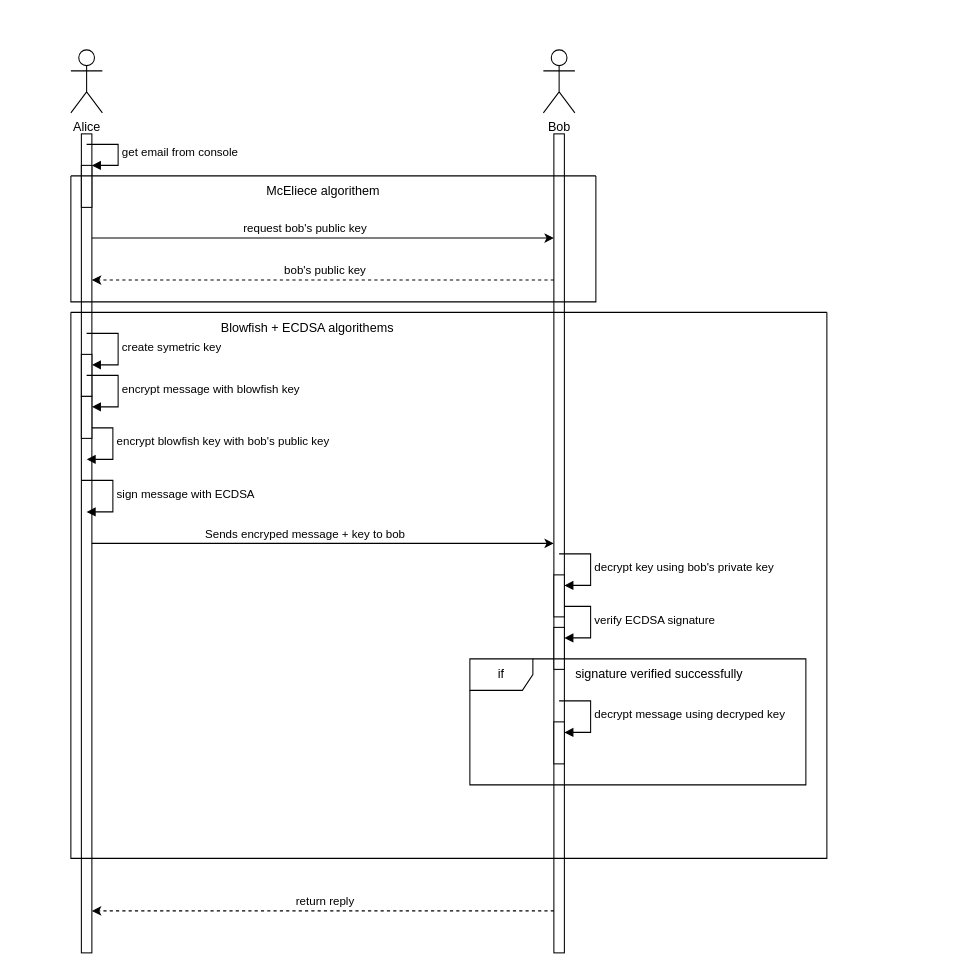
Above: seqDiagram.drawio in ShlomiFridman/CryptoProject2025 (draw.io), before the change. Source tidied: cells renumbered, new cells numbered last; positions are measured from the earlier drawing's top-left corner, leaving out a move shared by most shapes. Both pictures are drawn from the tidied source at 105%, with x=0, y=0 at pixel (70, 49).
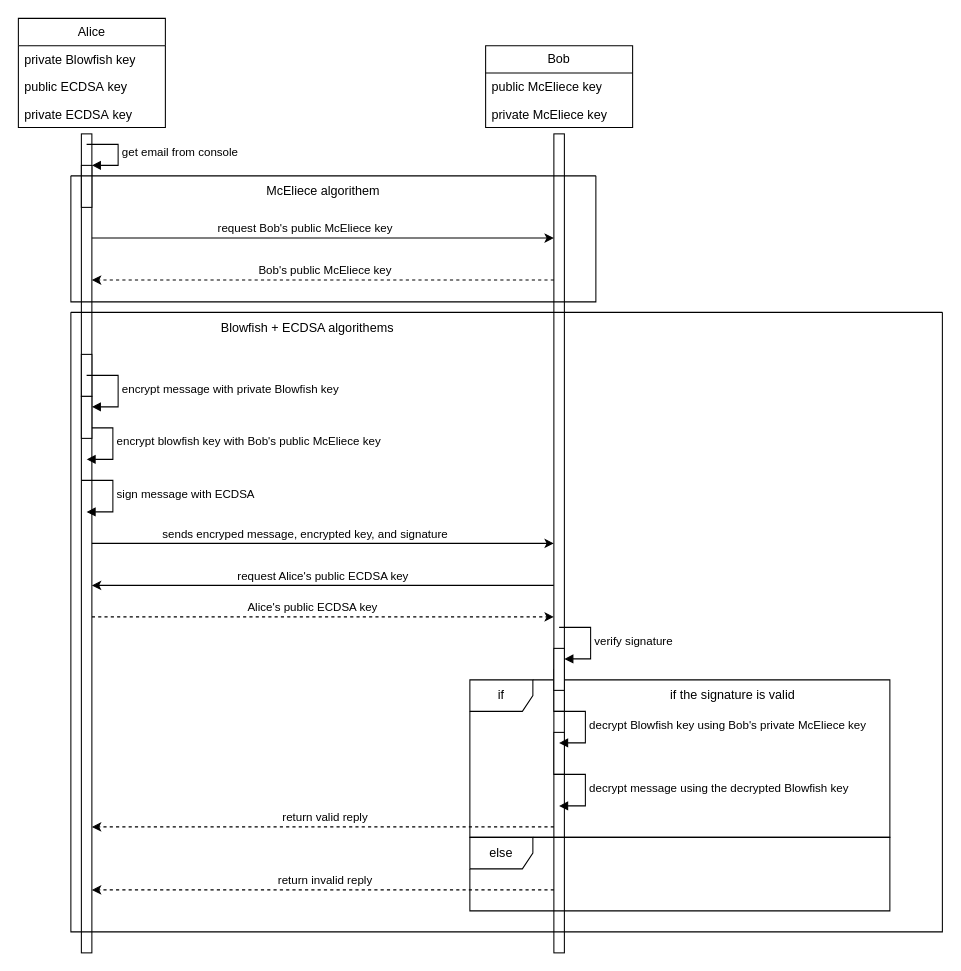
After the change.

Commit message (it also covers changes not shown here):
added updated seqDiagram, and presentation

Unchanged cells that the change refers to:
```xml
<mxCell id="4" style="html=1;points=[[0,0,0,0,5],[0,1,0,0,-5],[1,0,0,0,5],[1,1,0,0,-5]];perimeter=orthogonalPerimeter;outlineConnect=0;targetShapes=umlLifeline;portConstraint=eastwest;newEdgeStyle={&quot;curved&quot;:0,&quot;rounded&quot;:0};" parent="1" vertex="1">
  <mxGeometry x="10" y="80" width="10" height="780" as="geometry" />
</mxCell>
<mxCell id="5" style="html=1;points=[[0,0,0,0,5],[0,1,0,0,-5],[1,0,0,0,5],[1,1,0,0,-5]];perimeter=orthogonalPerimeter;outlineConnect=0;targetShapes=umlLifeline;portConstraint=eastwest;newEdgeStyle={&quot;curved&quot;:0,&quot;rounded&quot;:0};" parent="1" vertex="1">
  <mxGeometry x="460" y="80" width="10" height="780" as="geometry" />
</mxCell>
<mxCell id="8" style="html=1;points=[[0,0,0,0,5],[0,1,0,0,-5],[1,0,0,0,5],[1,1,0,0,-5]];perimeter=orthogonalPerimeter;outlineConnect=0;targetShapes=umlLifeline;portConstraint=eastwest;newEdgeStyle={&quot;curved&quot;:0,&quot;rounded&quot;:0};" parent="1" vertex="1">
  <mxGeometry x="10" y="290" width="10" height="40" as="geometry" />
</mxCell>
<mxCell id="11" style="edgeStyle=orthogonalEdgeStyle;rounded=0;orthogonalLoop=1;jettySize=auto;html=1;curved=0;" parent="10" edge="1">
  <mxGeometry relative="1" as="geometry">
    <mxPoint x="20" y="59.2" as="sourcePoint" />
    <mxPoint x="460" y="59.2" as="targetPoint" />
  </mxGeometry>
</mxCell>
<mxCell id="13" style="edgeStyle=orthogonalEdgeStyle;rounded=0;orthogonalLoop=1;jettySize=auto;html=1;curved=0;dashed=1;" parent="10" edge="1">
  <mxGeometry relative="1" as="geometry">
    <mxPoint x="460" y="99.2" as="sourcePoint" />
    <mxPoint x="20" y="99.2" as="targetPoint" />
  </mxGeometry>
</mxCell>
<mxCell id="20" style="edgeStyle=orthogonalEdgeStyle;rounded=0;orthogonalLoop=1;jettySize=auto;html=1;curved=0;" parent="16" edge="1">
  <mxGeometry relative="1" as="geometry">
    <mxPoint x="20" y="220" as="sourcePoint" />
    <mxPoint x="460" y="220" as="targetPoint" />
  </mxGeometry>
</mxCell>
<mxCell id="25" style="html=1;points=[[0,0,0,0,5],[0,1,0,0,-5],[1,0,0,0,5],[1,1,0,0,-5]];perimeter=orthogonalPerimeter;outlineConnect=0;targetShapes=umlLifeline;portConstraint=eastwest;newEdgeStyle={&quot;curved&quot;:0,&quot;rounded&quot;:0};" parent="1" vertex="1">
  <mxGeometry x="10" y="330" width="10" height="40" as="geometry" />
</mxCell>
```

Diff of the diagram source:
```diff
@@
-    <mxCell id="2" value="Alice" style="shape=umlActor;verticalLabelPosition=bottom;verticalAlign=top;html=1;" parent="1" vertex="1">
-      <mxGeometry width="30" height="60" as="geometry" />
-    </mxCell>
-    <mxCell id="3" value="Bob" style="shape=umlActor;verticalLabelPosition=bottom;verticalAlign=top;html=1;" parent="1" vertex="1">
-      <mxGeometry x="450" width="30" height="60" as="geometry" />
-    </mxCell>
+    <mxCell id="34" style="edgeStyle=orthogonalEdgeStyle;rounded=0;jettySize=auto;html=1;curved=0;dashed=1;" parent="1" edge="1" source="4" target="5">
+      <mxGeometry relative="1" as="geometry">
+        <Array as="points">
+          <mxPoint x="240" y="540" />
+          <mxPoint x="240" y="540" />
+        </Array>
+      </mxGeometry>
+    </mxCell>
+    <mxCell id="35" value="Alice's public ECDSA key" style="edgeLabel;html=1;align=center;verticalAlign=middle;" parent="34" vertex="1">
+      <mxGeometry x="-0.09" y="2" relative="1" as="geometry">
+        <mxPoint x="9" y="-8" as="offset" />
+      </mxGeometry>
+    </mxCell>
@@
+    <mxCell id="36" style="edgeStyle=orthogonalEdgeStyle;rounded=0;jettySize=auto;html=1;curved=0;" parent="1" edge="1" source="5" target="4">
+      <mxGeometry relative="1" as="geometry">
+        <Array as="points">
+          <mxPoint x="240" y="510" />
+          <mxPoint x="240" y="510" />
+        </Array>
+      </mxGeometry>
+    </mxCell>
+    <mxCell id="37" value="request Alice's public ECDSA key" style="edgeLabel;html=1;align=center;verticalAlign=middle;" parent="36" vertex="1">
+      <mxGeometry x="0.11" y="1" relative="1" as="geometry">
+        <mxPoint x="23" y="-11" as="offset" />
+      </mxGeometry>
+    </mxCell>
@@
-    <mxCell id="9" value="create symetric key" style="html=1;align=left;spacingLeft=2;endArrow=block;rounded=0;edgeStyle=orthogonalEdgeStyle;curved=0;rounded=0;" parent="1" edge="1" target="8">
-      <mxGeometry relative="1" as="geometry">
-        <mxPoint x="15" y="270" as="sourcePoint" />
-        <Array as="points">
-          <mxPoint x="45" y="300" />
-        </Array>
-      </mxGeometry>
-    </mxCell>
@@
-    <mxCell id="12" value="request bob's public key" style="edgeLabel;html=1;align=center;verticalAlign=middle;" parent="11" vertex="1">
+    <mxCell id="12" value="request Bob's public&amp;nbsp;&lt;span style=&quot;text-align: left;&quot;&gt;McEliece&amp;nbsp;&lt;/span&gt;key" style="edgeLabel;html=1;align=center;verticalAlign=middle;" parent="11" vertex="1">
       <mxGeometry x="-0.08" y="-3" relative="1" as="geometry">
         <mxPoint y="-13" as="offset" />
       </mxGeometry>
     </mxCell>
@@
-    <mxCell id="14" value="bob's public key" style="edgeLabel;html=1;align=center;verticalAlign=middle;" parent="13" vertex="1">
+    <mxCell id="14" value="Bob's public&amp;nbsp;&lt;span style=&quot;text-align: left;&quot;&gt;McEliece&amp;nbsp;&lt;/span&gt;key" style="edgeLabel;html=1;align=center;verticalAlign=middle;" parent="13" vertex="1">
       <mxGeometry x="-0.2" y="-2" relative="1" as="geometry">
         <mxPoint x="-43" y="-8" as="offset" />
       </mxGeometry>
     </mxCell>
@@
     <mxCell id="16" style="swimlane;startSize=0;" parent="1" vertex="1">
-      <mxGeometry y="250" width="720" height="520" as="geometry" />
+      <mxGeometry y="250" width="830" height="590" as="geometry" />
     </mxCell>
@@
-    <mxCell id="18" value="encrypt blowfish key with bob's public key" style="html=1;align=left;spacingLeft=2;endArrow=block;rounded=0;edgeStyle=orthogonalEdgeStyle;curved=0;rounded=0;" parent="16" edge="1">
+    <mxCell id="18" value="encrypt blowfish key with Bob's public McEliece key" style="html=1;align=left;spacingLeft=2;endArrow=block;rounded=0;edgeStyle=orthogonalEdgeStyle;curved=0;rounded=0;" parent="16" edge="1">
       <mxGeometry relative="1" as="geometry">
         <mxPoint x="10" y="110" as="sourcePoint" />
         <mxPoint x="15" y="140" as="targetPoint" />
         <Array as="points">
           <mxPoint x="40" y="140" />
         </Array>
       </mxGeometry>
     </mxCell>
@@
-    <mxCell id="21" value="Sends encryped message + key to bob" style="edgeLabel;html=1;align=center;verticalAlign=middle;" parent="20" vertex="1">
+    <mxCell id="21" value="sends encryped message, encrypted key, and signature" style="edgeLabel;html=1;align=center;verticalAlign=middle;" parent="20" vertex="1">
       <mxGeometry x="-0.08" y="-3" relative="1" as="geometry">
         <mxPoint y="-13" as="offset" />
       </mxGeometry>
     </mxCell>
-    <mxCell id="22" style="html=1;points=[[0,0,0,0,5],[0,1,0,0,-5],[1,0,0,0,5],[1,1,0,0,-5]];perimeter=orthogonalPerimeter;outlineConnect=0;targetShapes=umlLifeline;portConstraint=eastwest;newEdgeStyle={&quot;curved&quot;:0,&quot;rounded&quot;:0};" parent="16" vertex="1">
-      <mxGeometry x="460" y="300" width="10" height="40" as="geometry" />
-    </mxCell>
-    <mxCell id="23" value="verify ECDSA signature" style="html=1;align=left;spacingLeft=2;endArrow=block;rounded=0;edgeStyle=orthogonalEdgeStyle;curved=0;rounded=0;" parent="16" edge="1" target="22">
-      <mxGeometry relative="1" as="geometry">
-        <mxPoint x="465" y="280" as="sourcePoint" />
-        <Array as="points">
-          <mxPoint x="495" y="310" />
-        </Array>
-      </mxGeometry>
-    </mxCell>
     <mxCell id="24" value="if" style="shape=umlFrame;whiteSpace=wrap;html=1;" parent="16" vertex="1">
-      <mxGeometry x="380" y="330" width="320" height="120" as="geometry" />
+      <mxGeometry x="380" y="350" width="400" height="150" as="geometry" />
     </mxCell>
+    <mxCell id="32" style="html=1;points=[[0,0,0,0,5],[0,1,0,0,-5],[1,0,0,0,5],[1,1,0,0,-5]];perimeter=orthogonalPerimeter;outlineConnect=0;targetShapes=umlLifeline;portConstraint=eastwest;newEdgeStyle={&quot;curved&quot;:0,&quot;rounded&quot;:0};" parent="16" vertex="1">
+      <mxGeometry x="460" y="340" width="10" height="40" as="geometry" />
+    </mxCell>
+    <mxCell id="27" style="html=1;points=[[0,0,0,0,5],[0,1,0,0,-5],[1,0,0,0,5],[1,1,0,0,-5]];perimeter=orthogonalPerimeter;outlineConnect=0;targetShapes=umlLifeline;portConstraint=eastwest;newEdgeStyle={&quot;curved&quot;:0,&quot;rounded&quot;:0};" parent="16" vertex="1">
+      <mxGeometry x="460" y="400" width="10" height="40" as="geometry" />
+    </mxCell>
+    <mxCell id="28" value="decrypt Blowfish key using Bob's private McEliece key" style="html=1;align=left;spacingLeft=2;endArrow=block;rounded=0;edgeStyle=orthogonalEdgeStyle;curved=0;rounded=0;" parent="16" edge="1">
+      <mxGeometry relative="1" as="geometry">
+        <mxPoint x="460" y="380" as="sourcePoint" />
+        <mxPoint x="465" y="410" as="targetPoint" />
+        <Array as="points">
+          <mxPoint x="490" y="410" />
+        </Array>
+      </mxGeometry>
+    </mxCell>
+    <mxCell id="38" style="html=1;points=[[0,0,0,0,5],[0,1,0,0,-5],[1,0,0,0,5],[1,1,0,0,-5]];perimeter=orthogonalPerimeter;outlineConnect=0;targetShapes=umlLifeline;portConstraint=eastwest;newEdgeStyle={&quot;curved&quot;:0,&quot;rounded&quot;:0};" parent="16" vertex="1">
+      <mxGeometry x="460" y="320" width="10" height="40" as="geometry" />
+    </mxCell>
+    <mxCell id="39" value="verify signature" style="html=1;align=left;spacingLeft=2;endArrow=block;rounded=0;edgeStyle=orthogonalEdgeStyle;curved=0;rounded=0;" parent="16" edge="1" target="38">
+      <mxGeometry x="0.01" relative="1" as="geometry">
+        <mxPoint x="465" y="300" as="sourcePoint" />
+        <Array as="points">
+          <mxPoint x="495" y="330" />
+        </Array>
+      </mxGeometry>
+    </mxCell>
+    <mxCell id="40" value="if the signature is valid" style="text;html=1;align=center;verticalAlign=middle;strokeColor=none;fillColor=none;" parent="16" vertex="1">
+      <mxGeometry x="560" y="350" width="140" height="30" as="geometry" />
+    </mxCell>
+    <mxCell id="41" value="decrypt message using the decrypted Blowfish key" style="html=1;align=left;spacingLeft=2;endArrow=block;rounded=0;edgeStyle=orthogonalEdgeStyle;curved=0;rounded=0;" parent="16" edge="1">
+      <mxGeometry relative="1" as="geometry">
+        <mxPoint x="460" y="440" as="sourcePoint" />
+        <mxPoint x="465" y="470" as="targetPoint" />
+        <Array as="points">
+          <mxPoint x="490" y="470" />
+        </Array>
+      </mxGeometry>
+    </mxCell>
+    <mxCell id="42" value="else" style="shape=umlFrame;whiteSpace=wrap;html=1;" parent="16" vertex="1">
+      <mxGeometry x="380" y="500" width="400" height="70" as="geometry" />
+    </mxCell>
@@
-    <mxCell id="26" value="encrypt message with blowfish key" style="html=1;align=left;spacingLeft=2;endArrow=block;rounded=0;edgeStyle=orthogonalEdgeStyle;curved=0;rounded=0;" parent="1" edge="1" target="25">
+    <mxCell id="26" value="encrypt message with private Blowfish key" style="html=1;align=left;spacingLeft=2;endArrow=block;rounded=0;edgeStyle=orthogonalEdgeStyle;curved=0;rounded=0;" parent="1" edge="1" target="25">
       <mxGeometry relative="1" as="geometry">
         <mxPoint x="15" y="310" as="sourcePoint" />
         <Array as="points">
           <mxPoint x="45" y="340" />
         </Array>
       </mxGeometry>
     </mxCell>
-    <mxCell id="27" style="html=1;points=[[0,0,0,0,5],[0,1,0,0,-5],[1,0,0,0,5],[1,1,0,0,-5]];perimeter=orthogonalPerimeter;outlineConnect=0;targetShapes=umlLifeline;portConstraint=eastwest;newEdgeStyle={&quot;curved&quot;:0,&quot;rounded&quot;:0};" parent="1" vertex="1">
-      <mxGeometry x="460" y="500" width="10" height="40" as="geometry" />
-    </mxCell>
-    <mxCell id="28" value="decrypt key using bob's private key" style="html=1;align=left;spacingLeft=2;endArrow=block;rounded=0;edgeStyle=orthogonalEdgeStyle;curved=0;rounded=0;" parent="1" edge="1" target="27">
-      <mxGeometry relative="1" as="geometry">
-        <mxPoint x="465" y="480" as="sourcePoint" />
-        <Array as="points">
-          <mxPoint x="495" y="510" />
-        </Array>
-      </mxGeometry>
-    </mxCell>
+    <mxCell id="2" value="Alice" style="swimlane;fontStyle=0;horizontal=1;startSize=26;fillColor=none;whiteSpace=wrap;html=1;" parent="1" vertex="1">
+      <mxGeometry x="-50" y="-30" width="140" height="104" as="geometry" />
+    </mxCell>
+    <mxCell id="43" value="private Blowfish key" style="text;strokeColor=none;fillColor=none;align=left;verticalAlign=top;spacingLeft=4;spacingRight=4;overflow=hidden;whiteSpace=wrap;html=1;" parent="2" vertex="1">
+      <mxGeometry y="26" width="140" height="26" as="geometry" />
+    </mxCell>
+    <mxCell id="44" value="public&amp;nbsp;&lt;span&gt;ECDSA&lt;/span&gt;&amp;nbsp;key" style="text;strokeColor=none;fillColor=none;align=left;verticalAlign=top;spacingLeft=4;spacingRight=4;overflow=hidden;whiteSpace=wrap;html=1;" parent="2" vertex="1">
+      <mxGeometry y="52" width="140" height="26" as="geometry" />
+    </mxCell>
+    <mxCell id="45" value="private&amp;nbsp;&lt;span&gt;ECDSA&lt;/span&gt;&amp;nbsp;key" style="text;strokeColor=none;fillColor=none;align=left;verticalAlign=top;spacingLeft=4;spacingRight=4;overflow=hidden;whiteSpace=wrap;html=1;" parent="2" vertex="1">
+      <mxGeometry y="78" width="140" height="26" as="geometry" />
+    </mxCell>
+    <mxCell id="3" value="Bob" style="swimlane;fontStyle=0;horizontal=1;startSize=26;fillColor=none;whiteSpace=wrap;html=1;" parent="1" vertex="1">
+      <mxGeometry x="395" y="-4" width="140" height="78" as="geometry" />
+    </mxCell>
+    <mxCell id="46" value="public McEliece key" style="text;strokeColor=none;fillColor=none;align=left;verticalAlign=top;spacingLeft=4;spacingRight=4;overflow=hidden;whiteSpace=wrap;html=1;" parent="3" vertex="1">
+      <mxGeometry y="26" width="140" height="26" as="geometry" />
+    </mxCell>
+    <mxCell id="47" value="private McEliece&amp;nbsp;key" style="text;strokeColor=none;fillColor=none;align=left;verticalAlign=top;spacingLeft=4;spacingRight=4;overflow=hidden;whiteSpace=wrap;html=1;" parent="3" vertex="1">
+      <mxGeometry y="52" width="140" height="26" as="geometry" />
+    </mxCell>
-    <mxCell id="29" style="edgeStyle=orthogonalEdgeStyle;rounded=0;orthogonalLoop=1;jettySize=auto;html=1;curved=0;dashed=1;" parent="1" edge="1">
+    <mxCell id="29" style="edgeStyle=orthogonalEdgeStyle;rounded=0;jettySize=auto;html=1;curved=0;dashed=1;" parent="1" edge="1" source="5" target="4">
       <mxGeometry relative="1" as="geometry">
-        <mxPoint x="460" y="820" as="sourcePoint" />
-        <mxPoint x="20" y="820" as="targetPoint" />
+        <Array as="points">
+          <mxPoint x="260" y="740" />
+          <mxPoint x="260" y="740" />
+        </Array>
       </mxGeometry>
     </mxCell>
-    <mxCell id="30" value="return reply" style="edgeLabel;html=1;align=center;verticalAlign=middle;" parent="29" vertex="1">
+    <mxCell id="30" value="return valid reply" style="edgeLabel;html=1;align=center;verticalAlign=middle;" parent="29" vertex="1">
       <mxGeometry x="-0.2" y="-2" relative="1" as="geometry">
         <mxPoint x="-43" y="-8" as="offset" />
       </mxGeometry>
     </mxCell>
-    <mxCell id="31" value="signature verified successfully" style="text;html=1;align=center;verticalAlign=middle;strokeColor=none;fillColor=none;" parent="1" vertex="1">
-      <mxGeometry x="470" y="580" width="180" height="30" as="geometry" />
-    </mxCell>
-    <mxCell id="32" style="html=1;points=[[0,0,0,0,5],[0,1,0,0,-5],[1,0,0,0,5],[1,1,0,0,-5]];perimeter=orthogonalPerimeter;outlineConnect=0;targetShapes=umlLifeline;portConstraint=eastwest;newEdgeStyle={&quot;curved&quot;:0,&quot;rounded&quot;:0};" parent="1" vertex="1">
-      <mxGeometry x="460" y="640" width="10" height="40" as="geometry" />
-    </mxCell>
-    <mxCell id="33" value="decrypt message using decryped key" style="html=1;align=left;spacingLeft=2;endArrow=block;rounded=0;edgeStyle=orthogonalEdgeStyle;curved=0;rounded=0;" parent="1" edge="1" target="32">
-      <mxGeometry relative="1" as="geometry">
-        <mxPoint x="465" y="620" as="sourcePoint" />
-        <Array as="points">
-          <mxPoint x="495" y="650" />
-        </Array>
-      </mxGeometry>
-    </mxCell>
+    <mxCell id="48" style="edgeStyle=orthogonalEdgeStyle;rounded=0;jettySize=auto;html=1;curved=0;dashed=1;" parent="1" edge="1" source="5" target="4">
+      <mxGeometry relative="1" as="geometry">
+        <Array as="points">
+          <mxPoint x="260" y="800" />
+          <mxPoint x="260" y="800" />
+        </Array>
+      </mxGeometry>
+    </mxCell>
+    <mxCell id="49" value="return invalid reply" style="edgeLabel;html=1;align=center;verticalAlign=middle;" parent="48" vertex="1">
+      <mxGeometry x="-0.2" y="-2" relative="1" as="geometry">
+        <mxPoint x="-43" y="-8" as="offset" />
+      </mxGeometry>
+    </mxCell>
```
